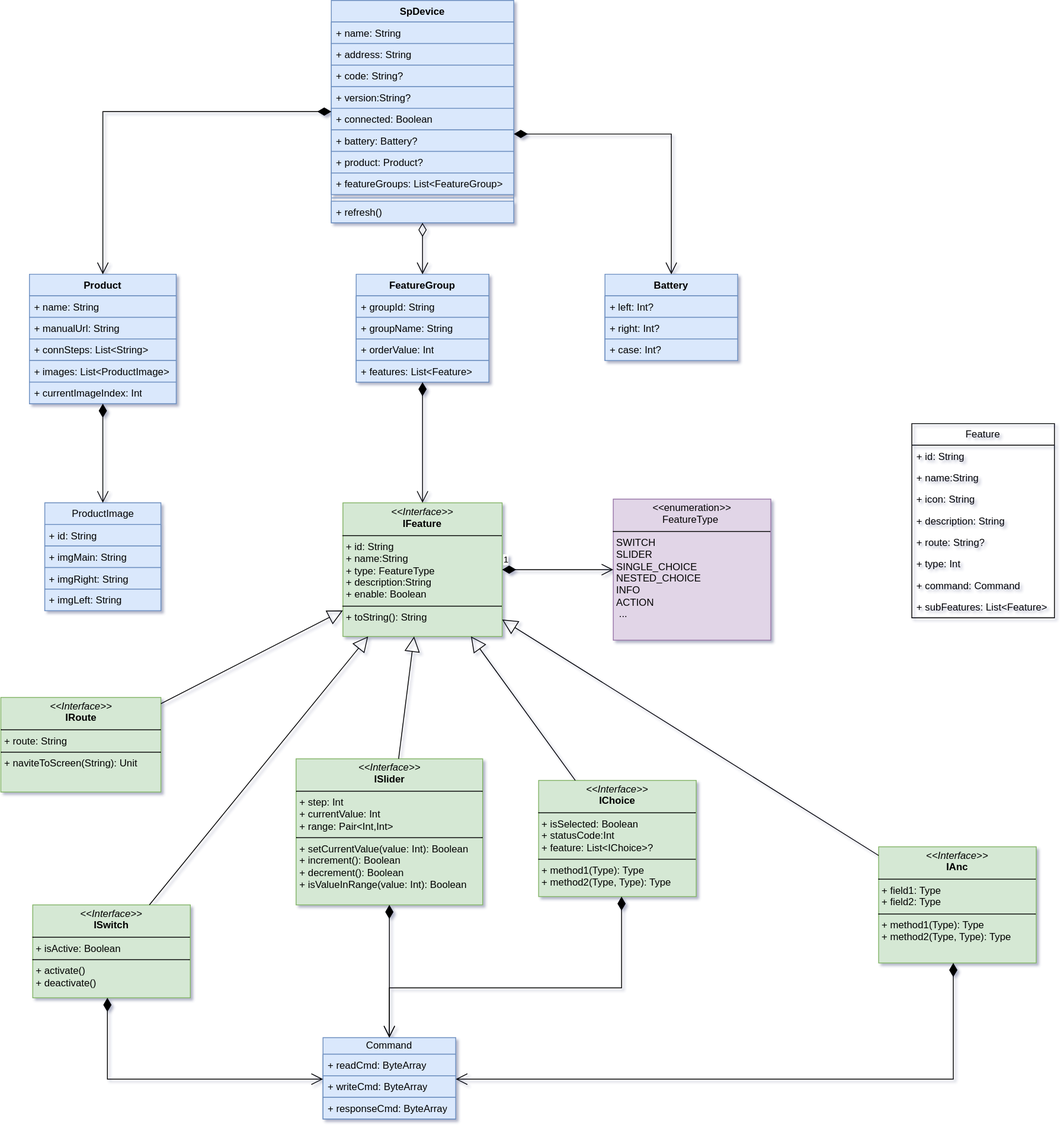
kekemao00/draw-libs keeps this draw.io diagram as sp-device.drawio.svg. Above is the earlier version. Source tidied: cells renumbered, new cells last; positions are measured from the earlier drawing's top-left corner, leaving out a move shared by most shapes.
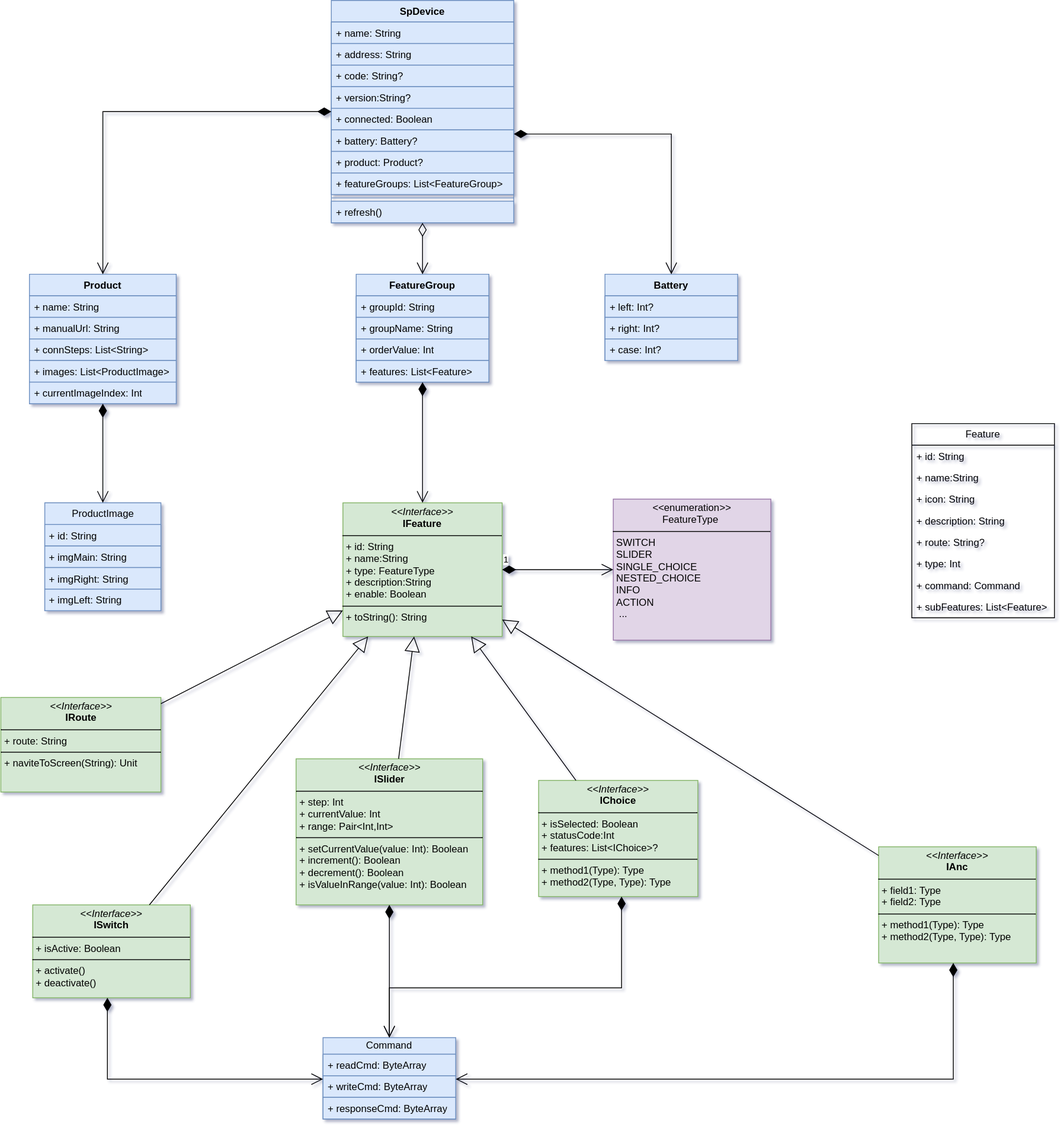
The same file after the commit.

What changed in the source:
```diff
@@ -140,8 +140,8 @@
     <mxCell id="47" value="&lt;p style=&quot;margin:0px;margin-top:4px;text-align:center;&quot;&gt;&lt;i&gt;&amp;lt;&amp;lt;Interface&amp;gt;&amp;gt;&lt;/i&gt;&lt;br&gt;&lt;b&gt;IRoute&lt;/b&gt;&lt;/p&gt;&lt;hr size=&quot;1&quot; style=&quot;border-style:solid;&quot;&gt;&lt;p style=&quot;margin:0px;margin-left:4px;&quot;&gt;+ route: String&lt;/p&gt;&lt;hr size=&quot;1&quot; style=&quot;border-style:solid;&quot;&gt;&lt;p style=&quot;margin:0px;margin-left:4px;&quot;&gt;+ naviteToScreen(String): Unit&lt;br&gt;&lt;/p&gt;" style="verticalAlign=top;align=left;overflow=fill;html=1;whiteSpace=wrap;fillColor=#d5e8d4;strokeColor=#82b366;" parent="1" vertex="1">
       <mxGeometry x="-0.5" y="840" width="193" height="114" as="geometry" />
     </mxCell>
-    <mxCell id="48" value="&lt;p style=&quot;margin:0px;margin-top:4px;text-align:center;&quot;&gt;&lt;i&gt;&amp;lt;&amp;lt;Interface&amp;gt;&amp;gt;&lt;/i&gt;&lt;br&gt;&lt;b&gt;IChoice&lt;/b&gt;&lt;/p&gt;&lt;hr size=&quot;1&quot; style=&quot;border-style:solid;&quot;&gt;&lt;p style=&quot;margin:0px;margin-left:4px;&quot;&gt;+ isSelected: Boolean&lt;br&gt;+ statusCode:Int&lt;br&gt;+&amp;nbsp;feature: List&amp;lt;IChoice&amp;gt;?&lt;/p&gt;&lt;hr size=&quot;1&quot; style=&quot;border-style:solid;&quot;&gt;&lt;p style=&quot;margin:0px;margin-left:4px;&quot;&gt;+ method1(Type): Type&lt;br&gt;+ method2(Type, Type): Type&lt;/p&gt;" style="verticalAlign=top;align=left;overflow=fill;html=1;whiteSpace=wrap;fillColor=#d5e8d4;strokeColor=#82b366;" parent="1" vertex="1">
-      <mxGeometry x="648" y="940" width="190" height="140" as="geometry" />
+    <mxCell id="48" value="&lt;p style=&quot;margin:0px;margin-top:4px;text-align:center;&quot;&gt;&lt;i&gt;&amp;lt;&amp;lt;Interface&amp;gt;&amp;gt;&lt;/i&gt;&lt;br&gt;&lt;b&gt;IChoice&lt;/b&gt;&lt;/p&gt;&lt;hr size=&quot;1&quot; style=&quot;border-style:solid;&quot;&gt;&lt;p style=&quot;margin:0px;margin-left:4px;&quot;&gt;+ isSelected: Boolean&lt;br&gt;+ statusCode:Int&lt;br&gt;+&amp;nbsp;features: List&amp;lt;IChoice&amp;gt;?&lt;/p&gt;&lt;hr size=&quot;1&quot; style=&quot;border-style:solid;&quot;&gt;&lt;p style=&quot;margin:0px;margin-left:4px;&quot;&gt;+ method1(Type): Type&lt;br&gt;+ method2(Type, Type): Type&lt;/p&gt;" style="verticalAlign=top;align=left;overflow=fill;html=1;whiteSpace=wrap;fillColor=#d5e8d4;strokeColor=#82b366;" parent="1" vertex="1">
+      <mxGeometry x="648" y="940" width="192" height="140" as="geometry" />
     </mxCell>
     <mxCell id="49" value="&lt;p style=&quot;margin:0px;margin-top:4px;text-align:center;&quot;&gt;&lt;i&gt;&amp;lt;&amp;lt;Interface&amp;gt;&amp;gt;&lt;/i&gt;&lt;br&gt;&lt;b&gt;IAnc&lt;/b&gt;&lt;/p&gt;&lt;hr size=&quot;1&quot; style=&quot;border-style:solid;&quot;&gt;&lt;p style=&quot;margin:0px;margin-left:4px;&quot;&gt;+ field1: Type&lt;br&gt;+ field2: Type&lt;/p&gt;&lt;hr size=&quot;1&quot; style=&quot;border-style:solid;&quot;&gt;&lt;p style=&quot;margin:0px;margin-left:4px;&quot;&gt;+ method1(Type): Type&lt;br&gt;+ method2(Type, Type): Type&lt;/p&gt;" style="verticalAlign=top;align=left;overflow=fill;html=1;whiteSpace=wrap;fillColor=#d5e8d4;strokeColor=#82b366;" parent="1" vertex="1">
       <mxGeometry x="1058" y="1020" width="190" height="140" as="geometry" />
```
